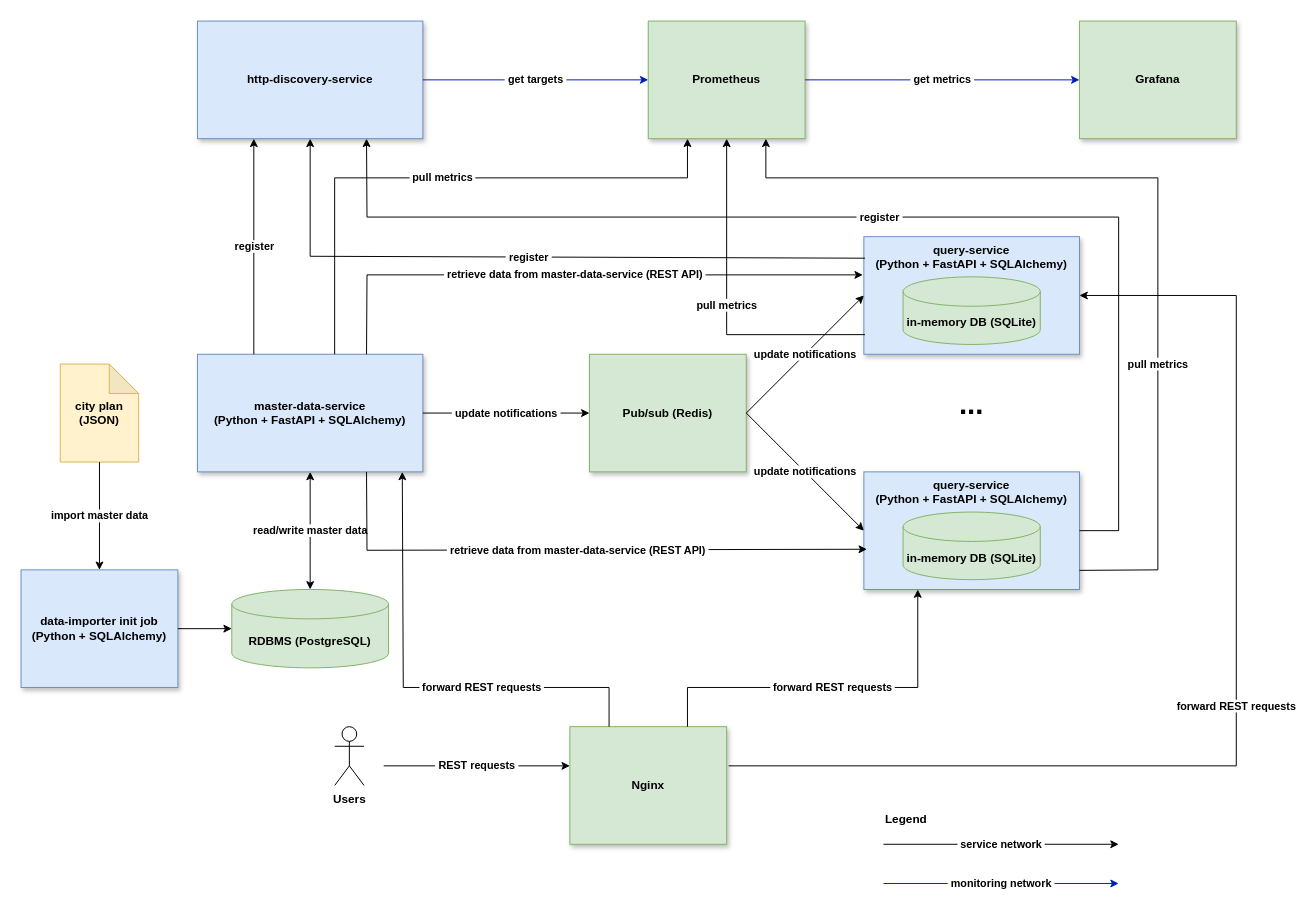
The draw.io diagram page "Docker Compose" (2 of 5) of diagrams/diagrams.drawio in Jardo72/City-Navigator, before the edit. Source tidied: cells renumbered, new cells numbered last; positions are measured from the earlier drawing's top-left corner, leaving out a move shared by most shapes. Both pictures are drawn from the tidied source at 98%, with x=0, y=0 at pixel (21, 21).
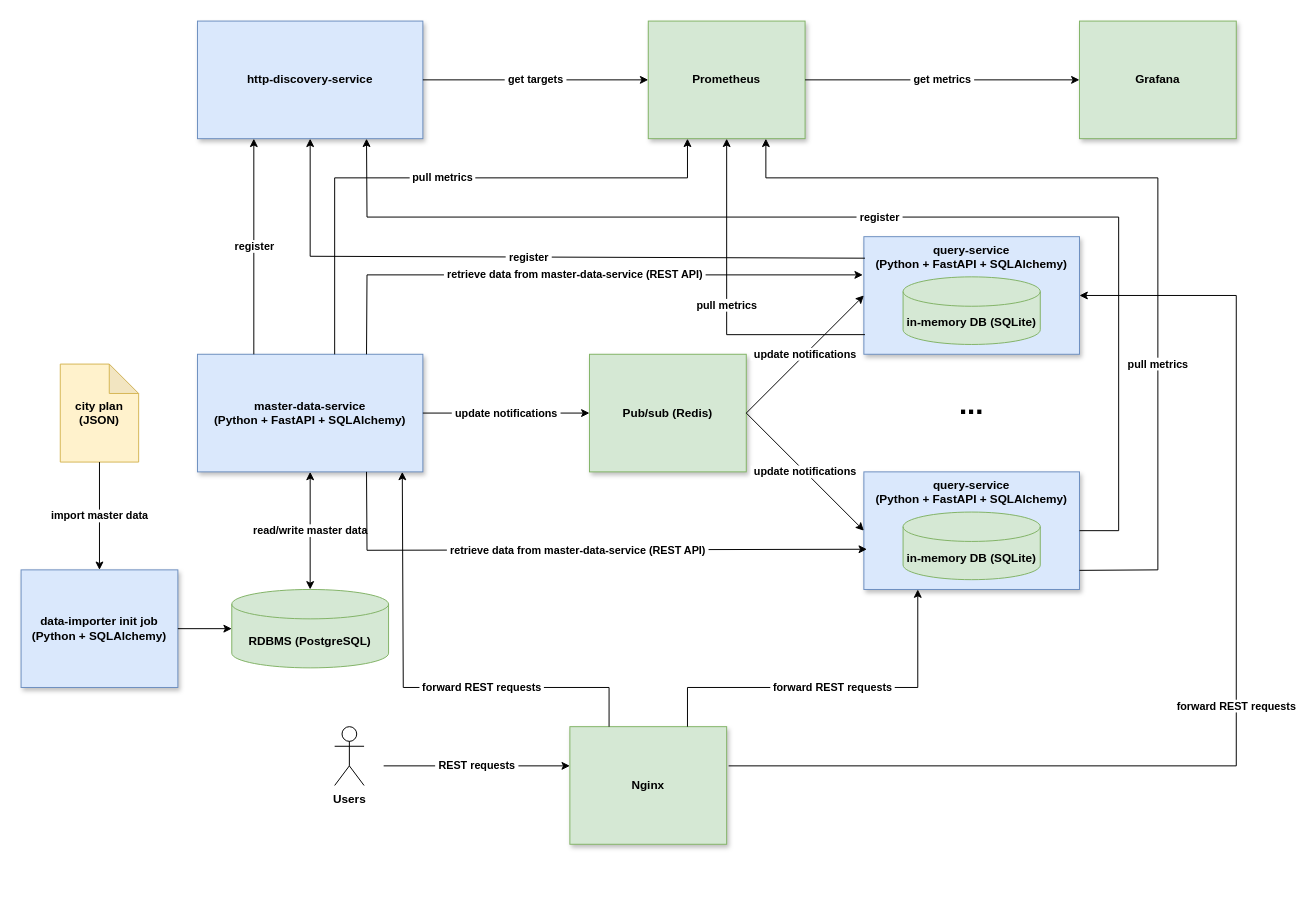
Above is the later version.

Commit message (it also covers changes not shown here):
Networks for Docker Compose simplifiled (single network is used). (#47)

Unchanged cells that the change refers to:
```xml
<mxCell id="20" value="Prometheus" style="rounded=0;whiteSpace=wrap;html=1;fontStyle=1;fillColor=#d5e8d4;strokeColor=#82b366;shadow=1;" parent="1" vertex="1">
  <mxGeometry x="640" width="160" height="120" as="geometry" />
</mxCell>
<mxCell id="21" value="Grafana" style="rounded=0;whiteSpace=wrap;html=1;fontStyle=1;fillColor=#d5e8d4;strokeColor=#82b366;shadow=1;" parent="1" vertex="1">
  <mxGeometry x="1080" width="160" height="120" as="geometry" />
</mxCell>
```

The edit, as a diff of the source:
```diff
@@
-    <mxCell id="25" value="&amp;nbsp;get targets&amp;nbsp;" style="endArrow=classic;html=1;rounded=0;entryX=0;entryY=0.5;entryDx=0;entryDy=0;fontStyle=1;fillColor=#0050ef;strokeColor=#001DBC;" parent="1" edge="1" target="20">
+    <mxCell id="25" value="&amp;nbsp;get targets&amp;nbsp;" style="endArrow=classic;html=1;rounded=0;entryX=0;entryY=0.5;entryDx=0;entryDy=0;fontStyle=1;fillColor=#0050ef;strokeColor=light-dark(#000000, #b2cbff);" parent="1" edge="1" target="20">
       <mxGeometry relative="1" as="geometry">
         <mxPoint x="410" y="60" as="sourcePoint" />
       </mxGeometry>
     </mxCell>
-    <mxCell id="26" value="&amp;nbsp;get metrics&amp;nbsp;" style="endArrow=classic;html=1;rounded=0;entryX=0;entryY=0.5;entryDx=0;entryDy=0;fontStyle=1;exitX=1;exitY=0.5;exitDx=0;exitDy=0;fillColor=#0050ef;strokeColor=#001DBC;" parent="1" edge="1" source="20" target="21">
+    <mxCell id="26" value="&amp;nbsp;get metrics&amp;nbsp;" style="endArrow=classic;html=1;rounded=0;entryX=0;entryY=0.5;entryDx=0;entryDy=0;fontStyle=1;exitX=1;exitY=0.5;exitDx=0;exitDy=0;fillColor=#0050ef;strokeColor=light-dark(#000000, #b2cbff);" parent="1" edge="1" source="20" target="21">
       <mxGeometry relative="1" as="geometry" />
     </mxCell>
@@
-    <mxCell id="37" value="&lt;b&gt;&amp;nbsp;service network&amp;nbsp;&lt;/b&gt;" style="endArrow=classic;html=1;rounded=0;" parent="1" edge="1">
-      <mxGeometry relative="1" as="geometry">
-        <mxPoint x="880" y="840" as="sourcePoint" />
-        <mxPoint x="1120" y="840" as="targetPoint" />
-      </mxGeometry>
-    </mxCell>
-    <mxCell id="38" value="&lt;b&gt;&amp;nbsp;monitoring network&amp;nbsp;&lt;/b&gt;" style="endArrow=classic;html=1;rounded=0;fillColor=#0050ef;strokeColor=#001DBC;" parent="1" edge="1">
-      <mxGeometry relative="1" as="geometry">
-        <mxPoint x="880" y="880" as="sourcePoint" />
-        <mxPoint x="1120" y="880" as="targetPoint" />
-      </mxGeometry>
-    </mxCell>
-    <mxCell id="39" value="Legend" style="text;html=1;whiteSpace=wrap;strokeColor=none;fillColor=none;align=left;verticalAlign=middle;rounded=0;fontStyle=1;" parent="1" vertex="1">
-      <mxGeometry x="880" y="800" width="120" height="30" as="geometry" />
-    </mxCell>
```
